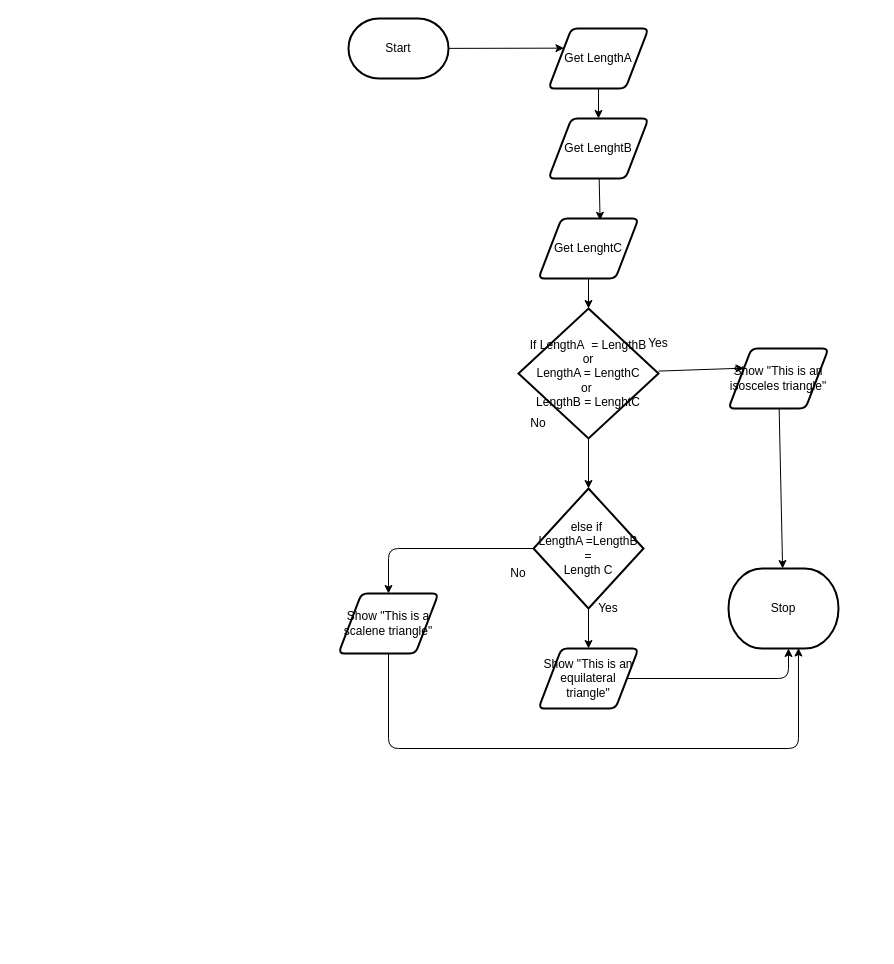
This is design/flowchart.drawio from MTHS-ICS2O-2-2022/ics2o---unit-5-05-Mariam-Kasim, a draw.io file, before an edit. Source tidied: cells renumbered, new cells numbered last; positions are measured from the earlier drawing's top-left corner, leaving out a move shared by most shapes. Both pictures are drawn from the tidied source at 100%, with x=0, y=0 at pixel (338, 18).
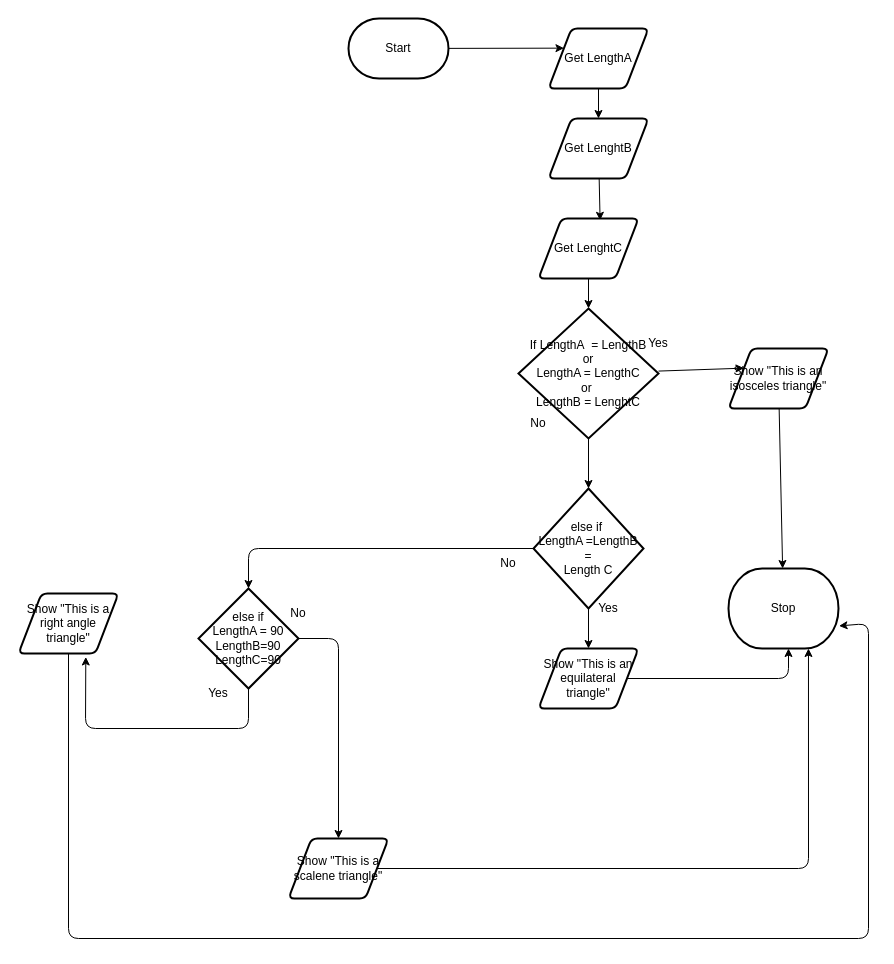
The same page after the edit.

Unchanged cells that the change refers to:
```xml
<mxCell id="4" value="Stop" style="strokeWidth=2;html=1;shape=mxgraph.flowchart.terminator;whiteSpace=wrap;" parent="1" vertex="1">
  <mxGeometry x="390" y="550" width="110" height="80" as="geometry" />
</mxCell>
<mxCell id="20" value="else if&amp;nbsp;&lt;br&gt;LengthA =LengthB =&lt;br&gt;Length C" style="strokeWidth=2;html=1;shape=mxgraph.flowchart.decision;whiteSpace=wrap;" parent="1" vertex="1">
  <mxGeometry x="195" y="470" width="110" height="120" as="geometry" />
</mxCell>
```

Diff of the diagram source:
```diff
@@
-    <mxCell id="19" style="edgeStyle=none;html=1;entryX=0.5;entryY=0;entryDx=0;entryDy=0;entryPerimeter=0;" parent="1" edge="1" source="20">
+    <mxCell id="19" style="edgeStyle=none;html=1;entryX=0.5;entryY=0;entryDx=0;entryDy=0;entryPerimeter=0;" parent="1" edge="1" source="20" target="29">
       <mxGeometry relative="1" as="geometry">
-        <mxPoint x="50" y="575" as="targetPoint" />
         <Array as="points">
-          <mxPoint x="50" y="530" />
+          <mxPoint x="-90" y="530" />
         </Array>
       </mxGeometry>
     </mxCell>
@@
     <mxCell id="24" value="No" style="text;strokeColor=none;align=center;fillColor=none;html=1;verticalAlign=middle;whiteSpace=wrap;rounded=0;" parent="1" vertex="1">
-      <mxGeometry x="150" y="540" width="60" height="30" as="geometry" />
+      <mxGeometry x="140" y="530" width="60" height="30" as="geometry" />
     </mxCell>
-    <mxCell id="25" style="edgeStyle=none;html=1;entryX=0.636;entryY=0.994;entryDx=0;entryDy=0;entryPerimeter=0;" parent="1" edge="1" source="26" target="4">
+    <mxCell id="25" style="edgeStyle=none;html=1;entryX=0.727;entryY=1;entryDx=0;entryDy=0;entryPerimeter=0;" parent="1" edge="1" source="26" target="4">
       <mxGeometry relative="1" as="geometry">
         <Array as="points">
-          <mxPoint x="50" y="730" />
-          <mxPoint x="460" y="730" />
+          <mxPoint x="470" y="850" />
         </Array>
       </mxGeometry>
     </mxCell>
     <mxCell id="26" value="Show &quot;This is a scalene triangle&quot;" style="shape=parallelogram;html=1;strokeWidth=2;perimeter=parallelogramPerimeter;whiteSpace=wrap;rounded=1;arcSize=12;size=0.23;" parent="1" vertex="1">
-      <mxGeometry y="575" width="100" height="60" as="geometry" />
+      <mxGeometry x="-50" y="820" width="100" height="60" as="geometry" />
     </mxCell>
+    <mxCell id="27" style="edgeStyle=none;html=1;exitX=0.5;exitY=1;exitDx=0;exitDy=0;exitPerimeter=0;entryX=0.673;entryY=1.058;entryDx=0;entryDy=0;entryPerimeter=0;" parent="1" edge="1" source="29" target="31">
+      <mxGeometry relative="1" as="geometry">
+        <Array as="points">
+          <mxPoint x="-90" y="710" />
+          <mxPoint x="-253" y="710" />
+        </Array>
+      </mxGeometry>
+    </mxCell>
+    <mxCell id="28" style="edgeStyle=none;html=1;exitX=1;exitY=0.5;exitDx=0;exitDy=0;exitPerimeter=0;" parent="1" edge="1" source="29" target="26">
+      <mxGeometry relative="1" as="geometry">
+        <Array as="points">
+          <mxPoint y="620" />
+        </Array>
+      </mxGeometry>
+    </mxCell>
+    <mxCell id="29" value="else if &lt;br&gt;LengthA = 90&lt;br&gt;LengthB=90&lt;br&gt;LengthC=90" style="strokeWidth=2;html=1;shape=mxgraph.flowchart.decision;whiteSpace=wrap;" parent="1" vertex="1">
+      <mxGeometry x="-140" y="570" width="100" height="100" as="geometry" />
+    </mxCell>
+    <mxCell id="30" style="edgeStyle=none;html=1;entryX=1.005;entryY=0.718;entryDx=0;entryDy=0;entryPerimeter=0;" parent="1" edge="1" source="31" target="4">
+      <mxGeometry relative="1" as="geometry">
+        <Array as="points">
+          <mxPoint x="-270" y="920" />
+          <mxPoint x="530" y="920" />
+          <mxPoint x="530" y="605" />
+        </Array>
+      </mxGeometry>
+    </mxCell>
+    <mxCell id="31" value="Show &quot;This is a right angle triangle&quot;" style="shape=parallelogram;html=1;strokeWidth=2;perimeter=parallelogramPerimeter;whiteSpace=wrap;rounded=1;arcSize=12;size=0.23;" parent="1" vertex="1">
+      <mxGeometry x="-320" y="575" width="100" height="60" as="geometry" />
+    </mxCell>
+    <mxCell id="32" value="Yes" style="text;strokeColor=none;align=center;fillColor=none;html=1;verticalAlign=middle;whiteSpace=wrap;rounded=0;" parent="1" vertex="1">
+      <mxGeometry x="-150" y="660" width="60" height="30" as="geometry" />
+    </mxCell>
+    <mxCell id="33" value="No" style="text;strokeColor=none;align=center;fillColor=none;html=1;verticalAlign=middle;whiteSpace=wrap;rounded=0;" parent="1" vertex="1">
+      <mxGeometry x="-70" y="580" width="60" height="30" as="geometry" />
+    </mxCell>
```
